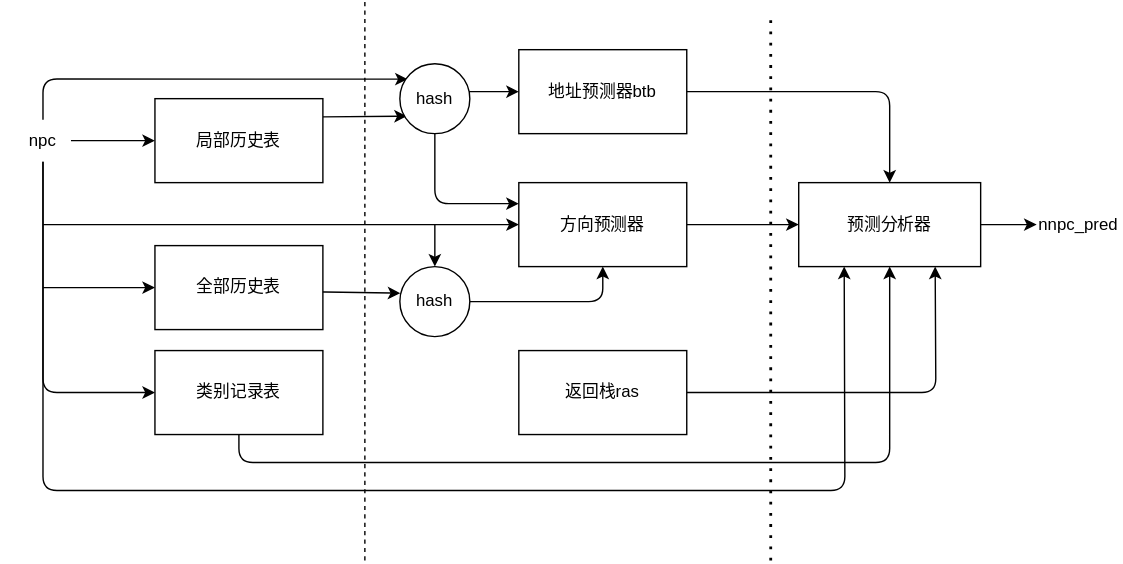
Before: docs/report_final/pred.svg, a diagram exported from draw.io (XhyDds/creep). Source tidied: cells renumbered, new cells last; positions are measured from the earlier drawing's top-left corner, leaving out a move shared by most shapes. Source of this version:
```xml
<mxGraphModel>
  <root>
    <mxCell id="0" />
    <mxCell id="1" parent="0" />
    <mxCell id="2" style="edgeStyle=none;html=1;entryX=0;entryY=0.75;entryDx=0;entryDy=0;" parent="1" edge="1">
      <mxGeometry relative="1" as="geometry">
        <mxPoint x="230" y="83" as="sourcePoint" />
        <mxPoint x="290" y="82.5" as="targetPoint" />
      </mxGeometry>
    </mxCell>
    <mxCell id="3" value="局部历史表" style="rounded=0;whiteSpace=wrap;html=1;" parent="1" vertex="1">
      <mxGeometry x="110" y="70" width="120" height="60" as="geometry" />
    </mxCell>
    <mxCell id="4" style="edgeStyle=none;html=1;exitX=1;exitY=0.5;exitDx=0;exitDy=0;entryX=0.5;entryY=0;entryDx=0;entryDy=0;" parent="1" edge="1" source="5" target="21">
      <mxGeometry relative="1" as="geometry">
        <Array as="points">
          <mxPoint x="635" y="65" />
        </Array>
      </mxGeometry>
    </mxCell>
    <mxCell id="5" value="地址预测器btb" style="rounded=0;whiteSpace=wrap;html=1;" parent="1" vertex="1">
      <mxGeometry x="370" y="35" width="120" height="60" as="geometry" />
    </mxCell>
    <mxCell id="6" style="edgeStyle=none;html=1;exitX=1;exitY=0.5;exitDx=0;exitDy=0;entryX=0;entryY=0.5;entryDx=0;entryDy=0;" parent="1" edge="1" source="7" target="21">
      <mxGeometry relative="1" as="geometry" />
    </mxCell>
    <mxCell id="7" value="方向预测器" style="rounded=0;whiteSpace=wrap;html=1;" parent="1" vertex="1">
      <mxGeometry x="370" y="130" width="120" height="60" as="geometry" />
    </mxCell>
    <mxCell id="8" style="edgeStyle=none;html=1;exitX=1;exitY=0.5;exitDx=0;exitDy=0;entryX=0.75;entryY=1;entryDx=0;entryDy=0;" parent="1" edge="1" source="9" target="21">
      <mxGeometry relative="1" as="geometry">
        <Array as="points">
          <mxPoint x="668" y="280" />
        </Array>
      </mxGeometry>
    </mxCell>
    <mxCell id="9" value="返回栈ras" style="rounded=0;whiteSpace=wrap;html=1;" parent="1" vertex="1">
      <mxGeometry x="370" y="250" width="120" height="60" as="geometry" />
    </mxCell>
    <mxCell id="10" style="edgeStyle=none;html=1;exitX=0.5;exitY=1;exitDx=0;exitDy=0;entryX=0.5;entryY=1;entryDx=0;entryDy=0;" parent="1" edge="1" source="11" target="21">
      <mxGeometry relative="1" as="geometry">
        <Array as="points">
          <mxPoint x="170" y="330" />
          <mxPoint x="635" y="330" />
        </Array>
      </mxGeometry>
    </mxCell>
    <mxCell id="11" value="类别记录表" style="rounded=0;whiteSpace=wrap;html=1;" parent="1" vertex="1">
      <mxGeometry x="110" y="250" width="120" height="60" as="geometry" />
    </mxCell>
    <mxCell id="12" style="edgeStyle=none;html=1;entryX=0;entryY=0.5;entryDx=0;entryDy=0;" parent="1" edge="1" target="3">
      <mxGeometry relative="1" as="geometry">
        <mxPoint x="50" y="100" as="sourcePoint" />
      </mxGeometry>
    </mxCell>
    <mxCell id="13" style="edgeStyle=none;html=1;exitX=0.5;exitY=1;exitDx=0;exitDy=0;entryX=0;entryY=0.5;entryDx=0;entryDy=0;" parent="1" edge="1" source="16" target="11">
      <mxGeometry relative="1" as="geometry">
        <Array as="points">
          <mxPoint x="30" y="280" />
        </Array>
      </mxGeometry>
    </mxCell>
    <mxCell id="14" style="edgeStyle=none;html=1;exitX=0.5;exitY=0;exitDx=0;exitDy=0;entryX=0.016;entryY=0.372;entryDx=0;entryDy=0;entryPerimeter=0;" parent="1" edge="1" source="16">
      <mxGeometry relative="1" as="geometry">
        <mxPoint x="290.6" y="56" as="targetPoint" />
        <Array as="points">
          <mxPoint x="30" y="56" />
        </Array>
      </mxGeometry>
    </mxCell>
    <mxCell id="15" style="edgeStyle=none;html=1;exitX=0.5;exitY=1;exitDx=0;exitDy=0;entryX=0.25;entryY=1;entryDx=0;entryDy=0;" parent="1" edge="1" source="16" target="21">
      <mxGeometry relative="1" as="geometry">
        <Array as="points">
          <mxPoint x="30" y="350" />
          <mxPoint x="603" y="350" />
        </Array>
      </mxGeometry>
    </mxCell>
    <mxCell id="16" value="npc" style="text;html=1;strokeColor=none;fillColor=none;align=center;verticalAlign=middle;whiteSpace=wrap;rounded=0;" parent="1" vertex="1">
      <mxGeometry y="85" width="60" height="30" as="geometry" />
    </mxCell>
    <mxCell id="17" style="edgeStyle=none;html=1;exitX=1;exitY=0.5;exitDx=0;exitDy=0;entryX=0;entryY=0.5;entryDx=0;entryDy=0;" parent="1" edge="1" target="5">
      <mxGeometry relative="1" as="geometry">
        <mxPoint x="330" y="65" as="sourcePoint" />
      </mxGeometry>
    </mxCell>
    <mxCell id="18" style="edgeStyle=none;html=1;entryX=0;entryY=0.25;entryDx=0;entryDy=0;" parent="1" edge="1" target="7">
      <mxGeometry relative="1" as="geometry">
        <mxPoint x="310" y="90" as="sourcePoint" />
        <Array as="points">
          <mxPoint x="310" y="145" />
        </Array>
      </mxGeometry>
    </mxCell>
    <mxCell id="19" value="nnpc_pred" style="text;html=1;strokeColor=none;fillColor=none;align=center;verticalAlign=middle;whiteSpace=wrap;rounded=0;" parent="1" vertex="1">
      <mxGeometry x="740" y="145" width="60" height="30" as="geometry" />
    </mxCell>
    <mxCell id="20" style="edgeStyle=none;html=1;entryX=0;entryY=0.5;entryDx=0;entryDy=0;" parent="1" edge="1" source="21" target="19">
      <mxGeometry relative="1" as="geometry" />
    </mxCell>
    <mxCell id="21" value="预测分析器" style="rounded=0;whiteSpace=wrap;html=1;" parent="1" vertex="1">
      <mxGeometry x="570" y="130" width="130" height="60" as="geometry" />
    </mxCell>
    <mxCell id="22" style="edgeStyle=none;html=1;entryX=0.007;entryY=0.38;entryDx=0;entryDy=0;entryPerimeter=0;" parent="1" edge="1" target="30">
      <mxGeometry relative="1" as="geometry">
        <mxPoint x="220" y="208" as="sourcePoint" />
      </mxGeometry>
    </mxCell>
    <mxCell id="23" value="全部历史表" style="rounded=0;whiteSpace=wrap;html=1;" parent="1" vertex="1">
      <mxGeometry x="110" y="175" width="120" height="60" as="geometry" />
    </mxCell>
    <mxCell id="24" style="edgeStyle=none;html=1;exitX=1;exitY=0.5;exitDx=0;exitDy=0;entryX=0.5;entryY=1;entryDx=0;entryDy=0;" parent="1" edge="1" source="30" target="7">
      <mxGeometry relative="1" as="geometry">
        <Array as="points">
          <mxPoint x="430" y="215" />
        </Array>
      </mxGeometry>
    </mxCell>
    <mxCell id="25" style="endArrow=classic;html=1;entryX=0;entryY=0.5;entryDx=0;entryDy=0;" parent="1" edge="1" target="7">
      <mxGeometry relative="1" as="geometry">
        <mxPoint x="30" y="160" as="sourcePoint" />
      </mxGeometry>
    </mxCell>
    <mxCell id="26" style="endArrow=classic;html=1;entryX=0.5;entryY=0;entryDx=0;entryDy=0;" parent="1" edge="1">
      <mxGeometry relative="1" as="geometry">
        <mxPoint x="310" y="160" as="sourcePoint" />
        <mxPoint x="310" y="190" as="targetPoint" />
      </mxGeometry>
    </mxCell>
    <mxCell id="27" style="endArrow=classic;html=1;entryX=0;entryY=0.5;entryDx=0;entryDy=0;" parent="1" edge="1" target="23">
      <mxGeometry relative="1" as="geometry">
        <mxPoint x="30" y="205" as="sourcePoint" />
      </mxGeometry>
    </mxCell>
    <mxCell id="28" style="endArrow=none;dashed=1;html=1;" parent="1" edge="1">
      <mxGeometry relative="1" as="geometry">
        <mxPoint x="260" y="400" as="sourcePoint" />
        <mxPoint x="260" as="targetPoint" />
      </mxGeometry>
    </mxCell>
    <mxCell id="29" style="endArrow=none;dashed=1;html=1;dashPattern=1 3;strokeWidth=2;" parent="1" edge="1">
      <mxGeometry relative="1" as="geometry">
        <mxPoint x="550" y="400" as="sourcePoint" />
        <mxPoint x="550" y="10" as="targetPoint" />
      </mxGeometry>
    </mxCell>
    <mxCell id="30" value="hash" style="ellipse;whiteSpace=wrap;html=1;" parent="1" vertex="1">
      <mxGeometry x="285" y="190" width="50" height="50" as="geometry" />
    </mxCell>
    <mxCell id="31" value="hash" style="ellipse;whiteSpace=wrap;html=1;" parent="1" vertex="1">
      <mxGeometry x="285" y="45" width="50" height="50" as="geometry" />
    </mxCell>
  </root>
</mxGraphModel>
```
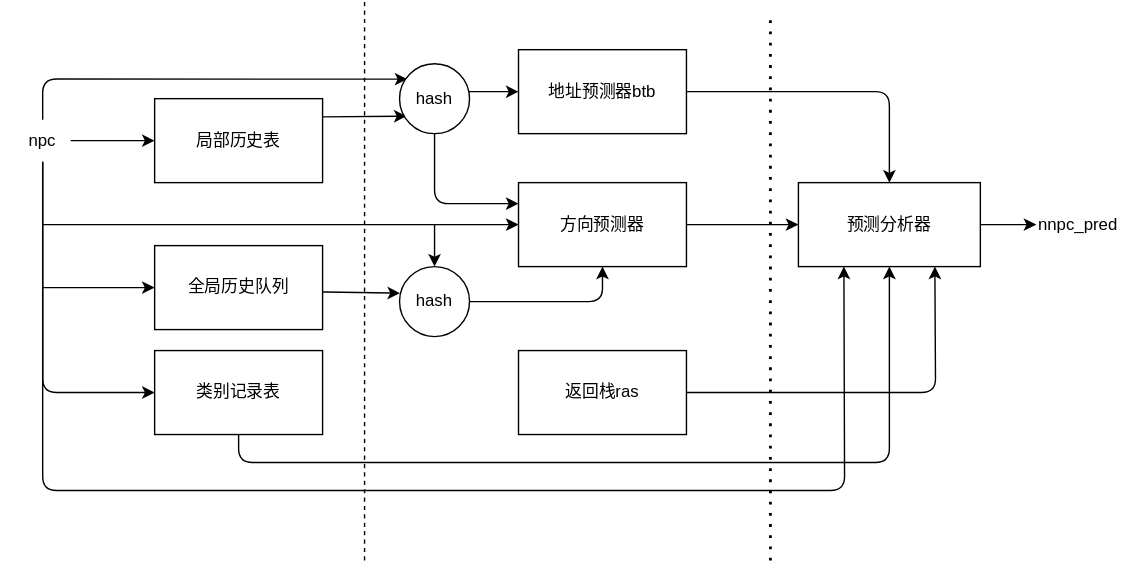
Later version of the same file.

What changed in the source:
```diff
@@ -106,7 +106,7 @@
         <mxPoint x="220" y="208" as="sourcePoint" />
       </mxGeometry>
     </mxCell>
-    <mxCell id="23" value="全部历史表" style="rounded=0;whiteSpace=wrap;html=1;" parent="1" vertex="1">
+    <mxCell id="23" value="全局历史队列" style="rounded=0;whiteSpace=wrap;html=1;" parent="1" vertex="1">
       <mxGeometry x="110" y="175" width="120" height="60" as="geometry" />
     </mxCell>
     <mxCell id="24" style="edgeStyle=none;html=1;exitX=1;exitY=0.5;exitDx=0;exitDy=0;entryX=0.5;entryY=1;entryDx=0;entryDy=0;" parent="1" edge="1" source="30" target="7">
```
